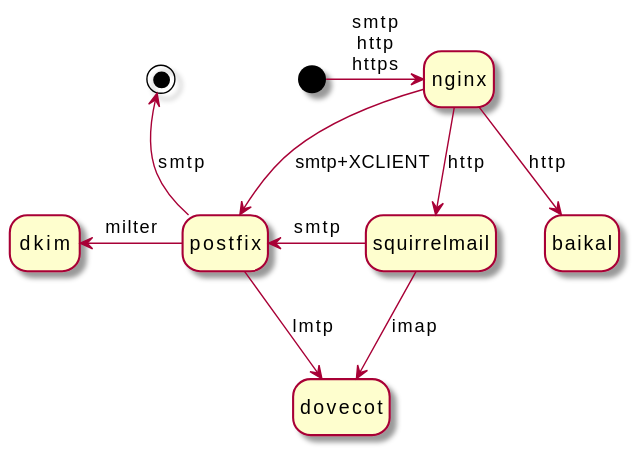
This is containers.svg from Lex-2008/containers, a PlantUML export, as it was before one commit.
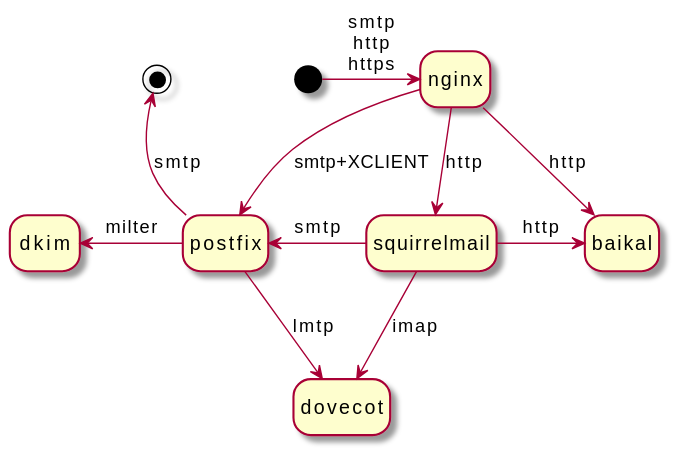
Later version of the same file.

Commit message:
note abook_carddav in README

Diff of the diagram source:
```diff
@@ -17,6 +17,7 @@
 state squirrelmail
 squirrelmail -l-> postfix: smtp
 squirrelmail --> dovecot: imap
+squirrelmail -> baikal: http
 nginx --> squirrelmail: http
 
 nginx --> baikal: http
```
